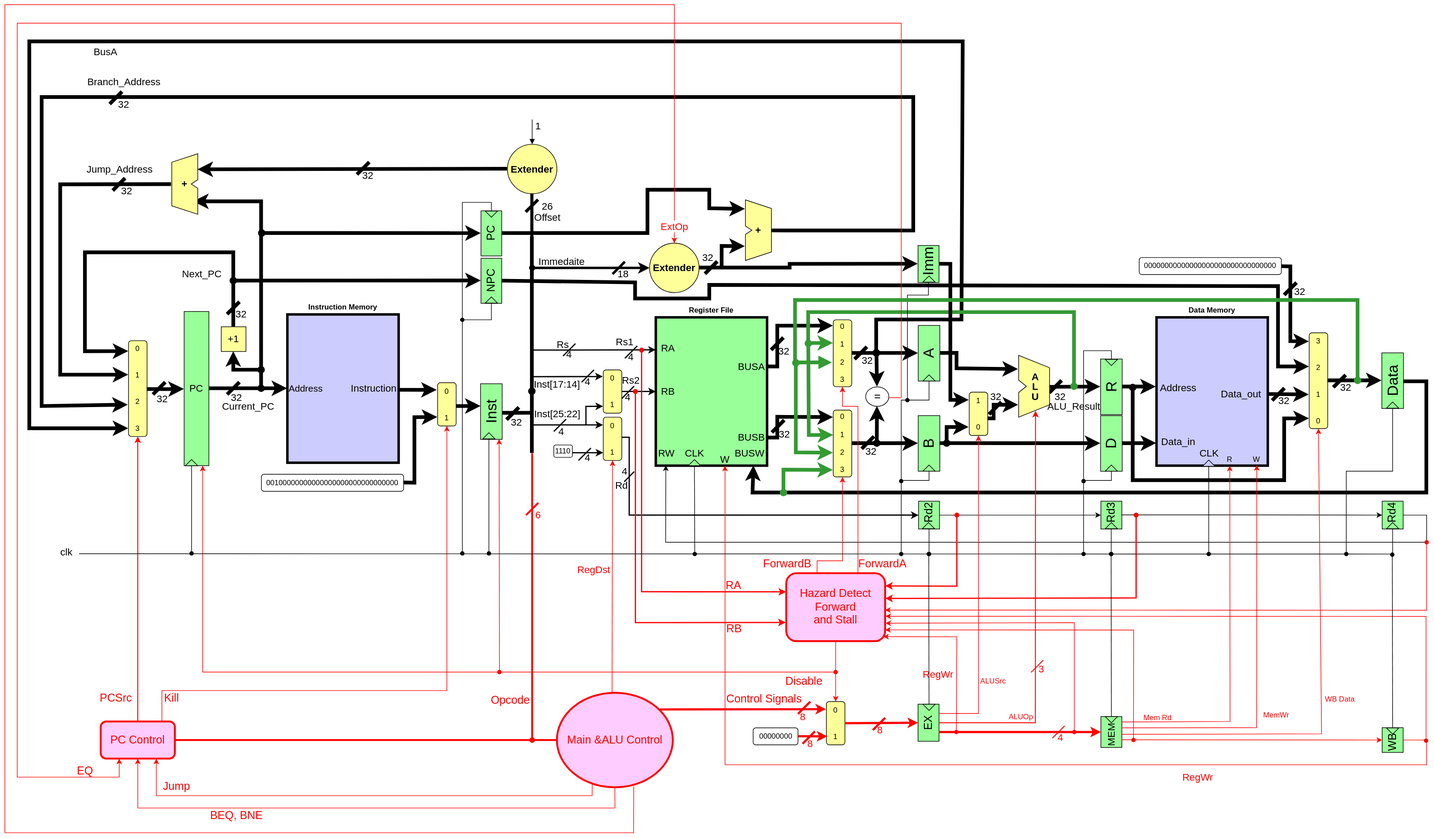
Before: Pipelined Processor.drawio.svg, a diagram exported from draw.io (Amjad-Adi/ENCS4370_Pipelined_32-bit_RISC_Processor_Design). Source tidied: cells renumbered, new cells last; positions are measured from the earlier drawing's top-left corner, leaving out a move shared by most shapes.
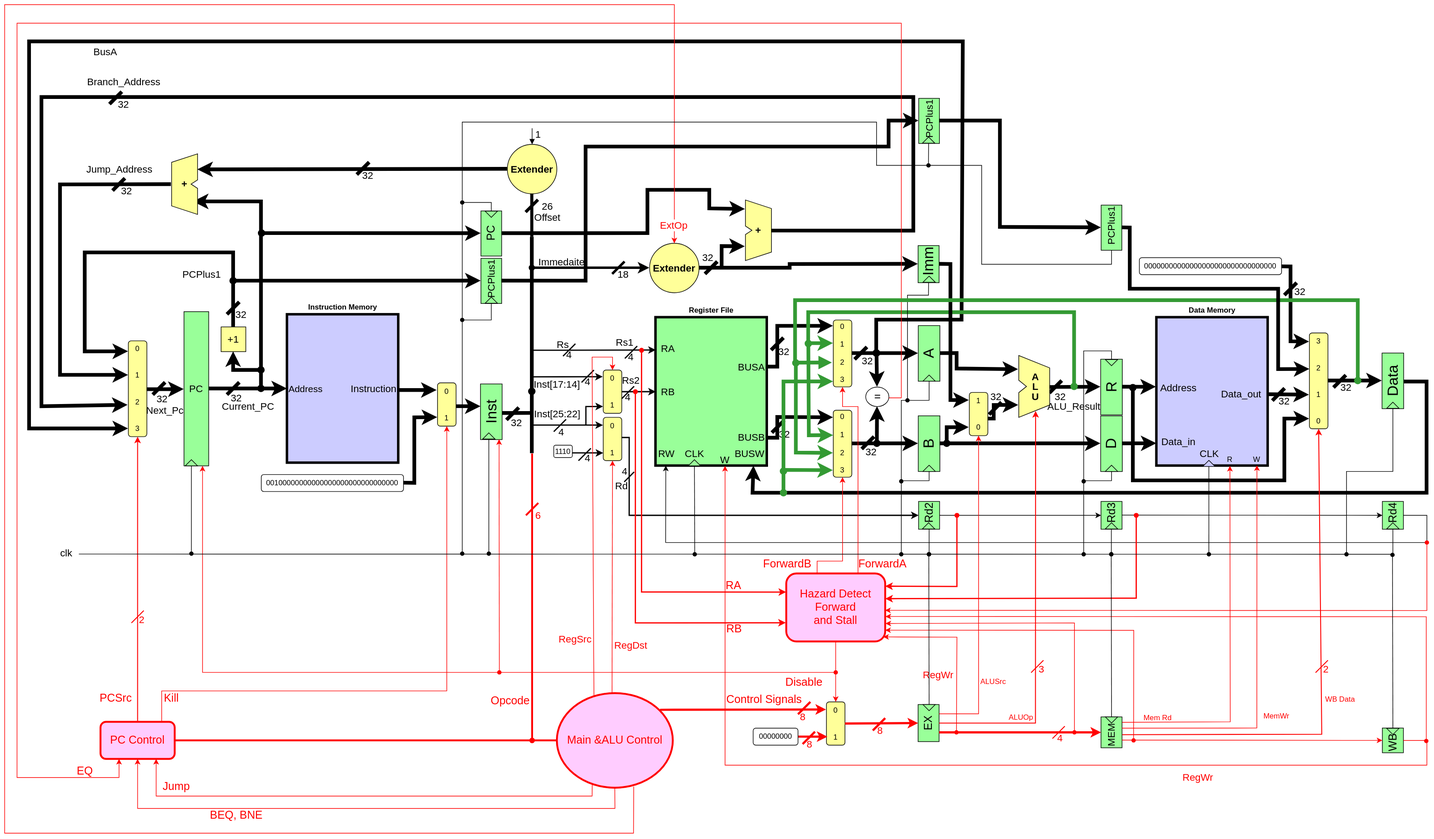
The same diagram one commit later.

The edit, as a diff of the source:
```diff
@@ -236,12 +236,12 @@
     </mxCell>
     <mxCell id="52" style="endArrow=block;html=1;rounded=0;strokeWidth=1;strokeColor=light-dark(#000000,#EDEDED);startArrow=none;startFill=0;endFill=1;" parent="1" edge="1">
       <mxGeometry relative="1" as="geometry">
-        <mxPoint x="853" y="186" as="sourcePoint" />
+        <mxPoint x="853" y="200" as="sourcePoint" />
         <mxPoint x="853" y="226" as="targetPoint" />
       </mxGeometry>
     </mxCell>
     <mxCell id="53" value="&lt;font style=&quot;font-size: 16px;&quot;&gt;1&lt;/font&gt;" style="text;html=1;whiteSpace=wrap;strokeColor=none;fillColor=none;align=center;verticalAlign=middle;rounded=0;fontColor=#000000;" parent="1" vertex="1">
-      <mxGeometry x="853" y="186" width="20" height="20" as="geometry" />
+      <mxGeometry x="853" y="200" width="20" height="20" as="geometry" />
     </mxCell>
     <mxCell id="54" style="endArrow=classic;html=1;rounded=0;strokeWidth=6;exitX=0.5;exitY=1;exitDx=0;exitDy=0;entryX=0.738;entryY=1.003;entryDx=0;entryDy=0;entryPerimeter=0;" parent="1" edge="1" source="51" target="58">
       <mxGeometry relative="1" as="geometry" />
@@ -497,19 +497,6 @@
     <mxCell id="98" value="00000000000000000000000000000000" style="rounded=1;whiteSpace=wrap;html=1;" parent="1" vertex="1">
       <mxGeometry x="1835" y="409.2" width="230" height="27.5" as="geometry" />
     </mxCell>
-    <mxCell id="99" style="endArrow=classic;html=1;rounded=0;strokeWidth=6;startArrow=none;startFill=0;" parent="1" edge="1" source="118">
-      <mxGeometry relative="1" as="geometry">
-        <mxPoint x="2110" y="586" as="targetPoint" />
-        <Array as="points">
-          <mxPoint x="1020" y="450" />
-          <mxPoint x="1020" y="476" />
-          <mxPoint x="1140" y="476" />
-          <mxPoint x="1140" y="454" />
-          <mxPoint x="2060" y="456" />
-          <mxPoint x="2060" y="586" />
-        </Array>
-      </mxGeometry>
-    </mxCell>
     <mxCell id="100" style="endArrow=classic;html=1;rounded=0;strokeWidth=2;entryX=0;entryY=0.5;entryDx=0;entryDy=0;exitX=0.5;exitY=1;exitDx=0;exitDy=0;" parent="1" edge="1" source="115" target="22">
       <mxGeometry relative="1" as="geometry" />
     </mxCell>
@@ -604,7 +591,7 @@
         <mxPoint x="370" y="447" as="sourcePoint" />
       </mxGeometry>
     </mxCell>
-    <mxCell id="118" value="&lt;font style=&quot;font-size: 18px;&quot;&gt;NPC&lt;/font&gt;" style="whiteSpace=wrap;html=1;rotation=-90;fillColor=#99FF99;" parent="1" vertex="1">
+    <mxCell id="118" value="&lt;span style=&quot;font-size: 16px;&quot;&gt;PCPlus1&lt;/span&gt;" style="whiteSpace=wrap;html=1;rotation=-90;fillColor=#99FF99;align=right;" parent="1" vertex="1">
       <mxGeometry x="750.5" y="430.1" width="73" height="33.5" as="geometry" />
     </mxCell>
     <mxCell id="119" value="&lt;font style=&quot;font-size: 18px;&quot;&gt;PC&lt;/font&gt;" style="whiteSpace=wrap;html=1;rotation=-90;fillColor=#99FF99;" parent="1" vertex="1">
@@ -1151,7 +1138,7 @@
       <mxGeometry relative="1" as="geometry" />
     </mxCell>
     <mxCell id="227" value="&lt;font style=&quot;color: rgb(255, 0, 0);&quot;&gt;RegDst&lt;/font&gt;" style="text;html=1;whiteSpace=wrap;strokeColor=none;fillColor=none;align=center;verticalAlign=middle;rounded=0;fontSize=16;" parent="1" vertex="1">
-      <mxGeometry x="923" y="897.5" width="60" height="32.5" as="geometry" />
+      <mxGeometry x="983" y="1020" width="60" height="32.5" as="geometry" />
     </mxCell>
     <mxCell id="228" style="rounded=0;jettySize=auto;html=1;strokeColor=#FF0000;strokeWidth=1;startArrow=none;startFill=0;exitX=0.663;exitY=0.988;exitDx=0;exitDy=0;exitPerimeter=0;entryX=0.5;entryY=0;entryDx=0;entryDy=0;endArrow=classic;endFill=1;" parent="1" edge="1" source="144" target="46">
       <mxGeometry relative="1" as="geometry">
@@ -1188,7 +1175,7 @@
         </Array>
       </mxGeometry>
     </mxCell>
-    <mxCell id="234" style="endArrow=classic;html=1;rounded=0;strokeWidth=1;endFill=1;startArrow=none;startFill=0;strokeColor=#FF0000;exitX=0.424;exitY=1.014;exitDx=0;exitDy=0;entryX=1;entryY=0.5;entryDx=0;entryDy=0;exitPerimeter=0;" parent="1" edge="1" source="230" target="93">
+    <mxCell id="234" style="endArrow=classic;html=1;rounded=0;strokeWidth=1.5;endFill=1;startArrow=none;startFill=0;strokeColor=#FF0000;exitX=0.424;exitY=1.014;exitDx=0;exitDy=0;entryX=1;entryY=0.5;entryDx=0;entryDy=0;exitPerimeter=0;" parent="1" edge="1" source="230" target="93">
       <mxGeometry relative="1" as="geometry">
         <Array as="points">
           <mxPoint x="2130" y="1180" />
@@ -1456,7 +1443,7 @@
     <mxCell id="284" value="&lt;font style=&quot;font-size: 16px;&quot;&gt;Current_PC&lt;/font&gt;" style="text;html=1;whiteSpace=wrap;strokeColor=none;fillColor=none;align=center;verticalAlign=middle;rounded=0;" parent="1" vertex="1">
       <mxGeometry x="350" y="635.3" width="88" height="29" as="geometry" />
     </mxCell>
-    <mxCell id="285" value="&lt;font style=&quot;font-size: 16px;&quot;&gt;Next_PC&lt;/font&gt;" style="text;html=1;whiteSpace=wrap;strokeColor=none;fillColor=none;align=center;verticalAlign=middle;rounded=0;" parent="1" vertex="1">
+    <mxCell id="285" value="&lt;font style=&quot;font-size: 16px;&quot;&gt;PCPlus1&lt;/font&gt;" style="text;html=1;whiteSpace=wrap;strokeColor=none;fillColor=none;align=center;verticalAlign=middle;rounded=0;" parent="1" vertex="1">
       <mxGeometry x="275" y="421.5" width="88" height="29" as="geometry" />
     </mxCell>
     <mxCell id="286" value="&lt;span style=&quot;font-size: 16px;&quot;&gt;Jump_Address&lt;/span&gt;" style="text;html=1;whiteSpace=wrap;strokeColor=none;fillColor=none;align=center;verticalAlign=middle;rounded=0;" parent="1" vertex="1">
@@ -1503,5 +1490,110 @@
         </Array>
       </mxGeometry>
     </mxCell>
+    <mxCell id="294" value="&lt;font style=&quot;font-size: 16px;&quot;&gt;Next_Pc&lt;/font&gt;" style="text;html=1;whiteSpace=wrap;strokeColor=none;fillColor=none;align=center;verticalAlign=middle;rounded=0;" parent="1" vertex="1">
+      <mxGeometry x="220" y="638.6" width="79" height="34" as="geometry" />
+    </mxCell>
+    <mxCell id="295" style="edgeStyle=none;orthogonalLoop=1;jettySize=auto;html=1;rounded=0;strokeWidth=1.5;endArrow=none;endFill=0;strokeColor=#FF0000;" parent="1" edge="1">
+      <mxGeometry relative="1" as="geometry">
+        <mxPoint x="2140" y="1060.5" as="sourcePoint" />
+        <mxPoint x="2120" y="1080.5" as="targetPoint" />
+        <Array as="points">
+          <mxPoint x="2140" y="1060.5" />
+        </Array>
+      </mxGeometry>
+    </mxCell>
+    <mxCell id="296" value="&lt;span style=&quot;font-size: 16px;&quot;&gt;2&lt;/span&gt;" style="text;html=1;whiteSpace=wrap;strokeColor=none;fillColor=none;align=center;verticalAlign=middle;rounded=0;fontColor=#FF0000;" parent="1" vertex="1">
+      <mxGeometry x="2134" y="1070" width="6" height="10.5" as="geometry" />
+    </mxCell>
+    <mxCell id="297" style="edgeStyle=none;orthogonalLoop=1;jettySize=auto;html=1;rounded=0;strokeWidth=1.5;endArrow=none;endFill=0;strokeColor=#FF0000;" parent="1" edge="1">
+      <mxGeometry relative="1" as="geometry">
+        <mxPoint x="225" y="980" as="sourcePoint" />
+        <mxPoint x="205" y="1000" as="targetPoint" />
+        <Array as="points">
+          <mxPoint x="225" y="980" />
+        </Array>
+      </mxGeometry>
+    </mxCell>
+    <mxCell id="298" value="&lt;span style=&quot;font-size: 16px;&quot;&gt;2&lt;/span&gt;" style="text;html=1;whiteSpace=wrap;strokeColor=none;fillColor=none;align=center;verticalAlign=middle;rounded=0;fontColor=#FF0000;" parent="1" vertex="1">
+      <mxGeometry x="219" y="989.5" width="6" height="10.5" as="geometry" />
+    </mxCell>
+    <mxCell id="299" style="rounded=0;jettySize=auto;html=1;strokeColor=#FF0000;strokeWidth=1;startArrow=none;startFill=0;exitX=0.476;exitY=-0.002;exitDx=0;exitDy=0;exitPerimeter=0;entryX=1;entryY=0.5;entryDx=0;entryDy=0;" parent="1" edge="1" target="115">
+      <mxGeometry relative="1" as="geometry">
+        <mxPoint x="953" y="1120" as="sourcePoint" />
+        <Array as="points">
+          <mxPoint x="950" y="570" />
+          <mxPoint x="983" y="570" />
+        </Array>
+      </mxGeometry>
+    </mxCell>
+    <mxCell id="300" value="&lt;font style=&quot;color: rgb(255, 0, 0);&quot;&gt;RegSrc&lt;/font&gt;" style="text;html=1;whiteSpace=wrap;strokeColor=none;fillColor=none;align=center;verticalAlign=middle;rounded=0;fontSize=16;" parent="1" vertex="1">
+      <mxGeometry x="893" y="1010" width="60" height="32.5" as="geometry" />
+    </mxCell>
+    <mxCell id="301" style="endArrow=classic;html=1;rounded=0;strokeWidth=6;startArrow=oval;startFill=1;strokeColor=#349A34;entryX=0.923;entryY=0.994;entryDx=0;entryDy=0;entryPerimeter=0;" parent="1" edge="1" target="125">
+      <mxGeometry relative="1" as="geometry">
+        <mxPoint x="1260" y="755" as="sourcePoint" />
+        <Array as="points">
+          <mxPoint x="1260" y="610" />
+        </Array>
+      </mxGeometry>
+    </mxCell>
+    <mxCell id="302" value="&lt;span style=&quot;font-size: 16px;&quot;&gt;PCPlus1&lt;/span&gt;" style="whiteSpace=wrap;html=1;rotation=-90;fillColor=#99FF99;align=right;" parent="1" vertex="1">
+      <mxGeometry x="1458.5" y="171.3" width="73" height="33.5" as="geometry" />
+    </mxCell>
+    <mxCell id="303" style="rounded=0;jettySize=auto;html=1;endArrow=oval;endFill=1;startArrow=none;startFill=0;exitX=0;exitY=0.5;exitDx=0;exitDy=0;" parent="1" edge="1" source="304">
+      <mxGeometry relative="1" as="geometry">
+        <mxPoint x="740" y="320" as="targetPoint" />
+        <Array as="points">
+          <mxPoint x="1494" y="260" />
+          <mxPoint x="1410" y="260" />
+          <mxPoint x="1410" y="190" />
+          <mxPoint x="740" y="190" />
+        </Array>
+      </mxGeometry>
+    </mxCell>
+    <mxCell id="304" style="triangle;whiteSpace=wrap;html=1;direction=north;fillColor=#99FF99;" parent="1" vertex="1">
+      <mxGeometry x="1484.2" y="214" width="20" height="10" as="geometry" />
+    </mxCell>
+    <mxCell id="305" value="&lt;span style=&quot;font-size: 16px;&quot;&gt;PCPlus1&lt;/span&gt;" style="whiteSpace=wrap;html=1;rotation=-90;fillColor=#99FF99;align=right;" parent="1" vertex="1">
+      <mxGeometry x="1753.5" y="344" width="73" height="33.5" as="geometry" />
+    </mxCell>
+    <mxCell id="306" style="rounded=0;jettySize=auto;html=1;endArrow=classic;endFill=1;exitX=0.5;exitY=1;exitDx=0;exitDy=0;startArrow=none;startFill=0;entryX=0.5;entryY=0;entryDx=0;entryDy=0;strokeWidth=6;" parent="1" edge="1" source="118" target="302">
+      <mxGeometry relative="1" as="geometry">
+        <Array as="points">
+          <mxPoint x="940" y="447" />
+          <mxPoint x="940" y="230" />
+          <mxPoint x="1430" y="230" />
+          <mxPoint x="1430" y="188" />
+        </Array>
+      </mxGeometry>
+    </mxCell>
+    <mxCell id="307" style="endArrow=classic;html=1;rounded=0;strokeWidth=6;startArrow=none;startFill=0;exitX=0.5;exitY=1;exitDx=0;exitDy=0;entryX=0.5;entryY=0;entryDx=0;entryDy=0;" parent="1" edge="1" source="302" target="305">
+      <mxGeometry relative="1" as="geometry">
+        <Array as="points">
+          <mxPoint x="1610" y="188" />
+          <mxPoint x="1610" y="360" />
+        </Array>
+      </mxGeometry>
+    </mxCell>
+    <mxCell id="308" style="endArrow=classic;html=1;rounded=0;strokeWidth=6;startArrow=none;startFill=0;exitX=0.5;exitY=1;exitDx=0;exitDy=0;entryX=0.379;entryY=0.986;entryDx=0;entryDy=0;entryPerimeter=0;" parent="1" edge="1" source="305" target="93">
+      <mxGeometry relative="1" as="geometry">
+        <Array as="points">
+          <mxPoint x="1820" y="361" />
+          <mxPoint x="1820" y="460" />
+          <mxPoint x="2060" y="460" />
+          <mxPoint x="2060" y="590" />
+        </Array>
+      </mxGeometry>
+    </mxCell>
+    <mxCell id="309" style="rounded=0;jettySize=auto;html=1;endArrow=oval;endFill=1;exitX=0;exitY=0.5;exitDx=0;exitDy=0;startArrow=none;startFill=0;" parent="1" edge="1" source="305">
+      <mxGeometry relative="1" as="geometry">
+        <mxPoint x="1494" y="260" as="targetPoint" />
+        <Array as="points">
+          <mxPoint x="1790" y="420" />
+          <mxPoint x="1580" y="420" />
+          <mxPoint x="1580" y="260" />
+        </Array>
+      </mxGeometry>
+    </mxCell>
   </root>
 </mxGraphModel>
```
